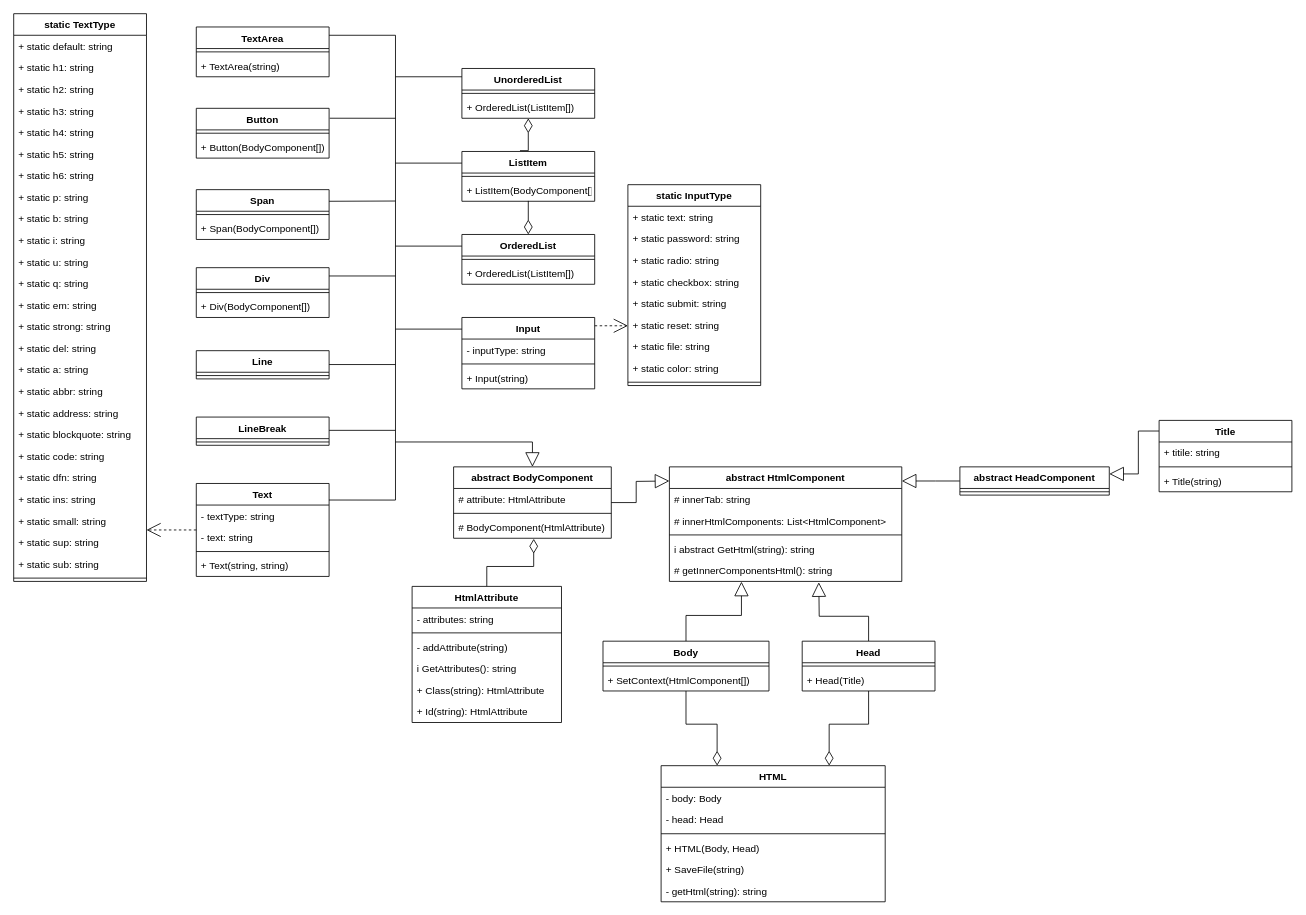
Vitaly05/html-creator-library keeps this draw.io diagram as Class structure.drawio. Above is the earlier version. Source tidied: cells renumbered, new cells numbered last; positions are measured from the earlier drawing's top-left corner, leaving out a move shared by most shapes. Both pictures are drawn from the tidied source at 83%, with x=0, y=0 at pixel (13, 13).
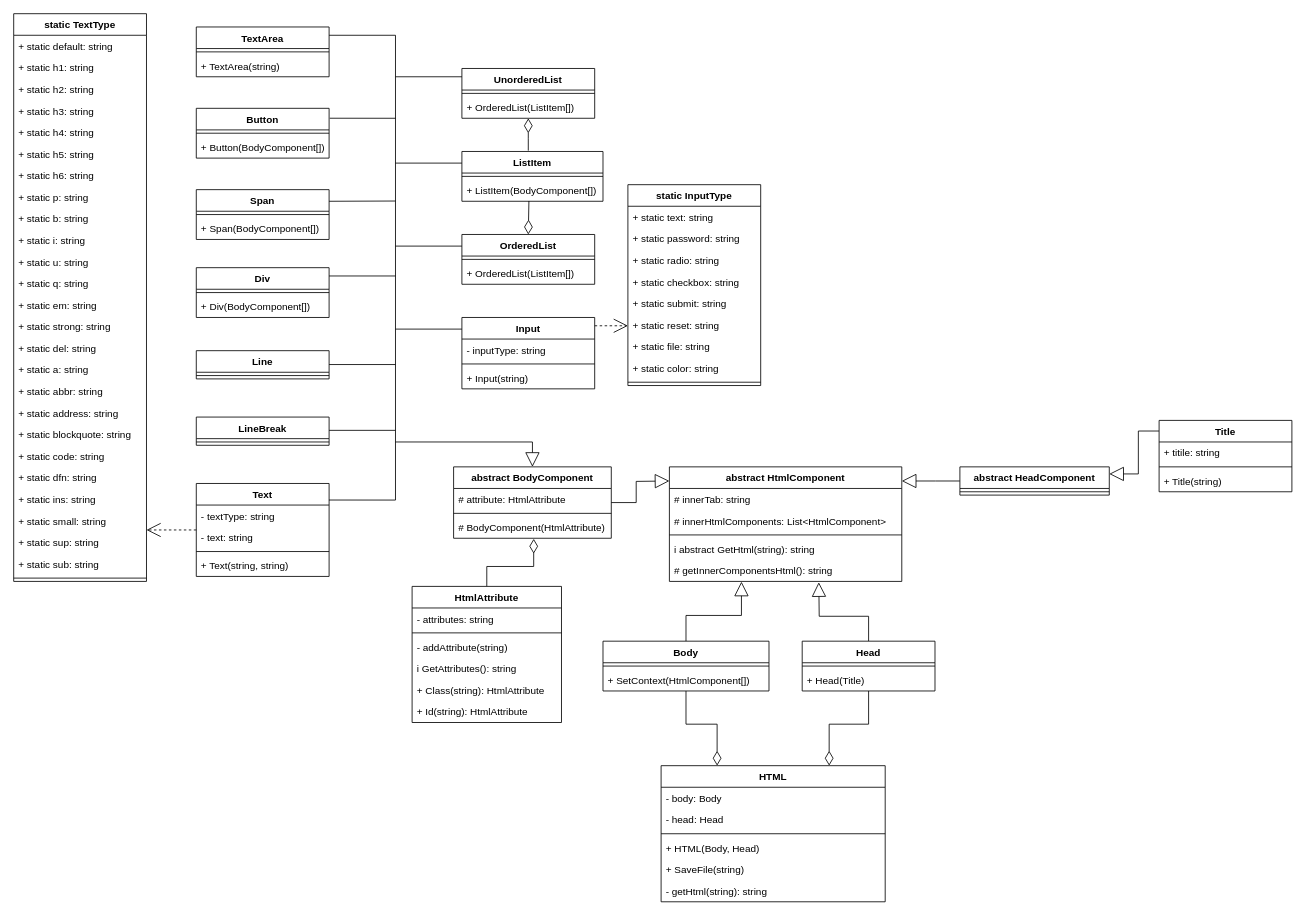
The same diagram, later.

Unchanged cells that the change refers to:
```xml
<mxCell id="82" value="OrderedList" style="swimlane;fontStyle=1;align=center;verticalAlign=top;horizontal=1;startSize=26;" parent="1" vertex="1">
  <mxGeometry x="540" y="266" width="160" height="60" as="geometry" />
</mxCell>
<mxCell id="98" value="+ OrderedList(ListItem[])" style="text;strokeColor=none;fillColor=none;align=left;verticalAlign=top;spacingLeft=4;spacingRight=4;overflow=hidden;points=[[0,0.5],[1,0.5]];portConstraint=eastwest;" parent="96" vertex="1">
  <mxGeometry y="34" width="160" height="26" as="geometry" />
</mxCell>
```

Diff of the diagram source:
```diff
@@
-    <mxCell id="85" style="edgeStyle=orthogonalEdgeStyle;rounded=0;jettySize=auto;html=1;entryX=0.5;entryY=0;entryDx=0;entryDy=0;endArrow=diamondThin;endFill=0;endSize=15;exitX=0.5;exitY=0.981;exitDx=0;exitDy=0;exitPerimeter=0;" parent="1" edge="1" source="89" target="82">
+    <mxCell id="85" style="edgeStyle=orthogonalEdgeStyle;rounded=0;jettySize=auto;html=1;entryX=0.5;entryY=0;entryDx=0;entryDy=0;endArrow=diamondThin;endFill=0;endSize=15;exitX=0.475;exitY=0.987;exitDx=0;exitDy=0;exitPerimeter=0;" parent="1" edge="1" source="89" target="82">
       <mxGeometry relative="1" as="geometry" />
     </mxCell>
-    <mxCell id="86" style="edgeStyle=orthogonalEdgeStyle;rounded=0;jettySize=auto;html=1;entryX=0.5;entryY=1;entryDx=0;entryDy=0;entryPerimeter=0;endArrow=diamondThin;endFill=0;endSize=15;" parent="1" edge="1" target="98">
+    <mxCell id="86" style="edgeStyle=orthogonalEdgeStyle;rounded=0;orthogonalLoop=1;jettySize=auto;html=1;endArrow=diamondThin;endFill=0;endSize=15;" parent="1" edge="1">
       <mxGeometry relative="1" as="geometry">
-        <mxPoint x="610" y="165" as="sourcePoint" />
+        <mxPoint x="620" y="165" as="sourcePoint" />
+        <mxPoint x="620" y="126" as="targetPoint" />
         <Array as="points">
-          <mxPoint x="610" y="165" />
+          <mxPoint x="620" y="150" />
+          <mxPoint x="620" y="150" />
         </Array>
       </mxGeometry>
     </mxCell>
     <mxCell id="87" value="ListItem" style="swimlane;fontStyle=1;align=center;verticalAlign=top;horizontal=1;startSize=26;" parent="1" vertex="1">
-      <mxGeometry x="540" y="166" width="160" height="60" as="geometry" />
+      <mxGeometry x="540" y="166" width="170" height="60" as="geometry" />
     </mxCell>
     <mxCell id="88" style="line;strokeWidth=1;fillColor=none;align=left;verticalAlign=middle;spacingTop=-1;spacingLeft=3;spacingRight=3;labelPosition=right;" parent="87" vertex="1">
-      <mxGeometry y="26" width="160" height="8" as="geometry" />
+      <mxGeometry y="26" width="170" height="8" as="geometry" />
     </mxCell>
     <mxCell id="89" value="+ ListItem(BodyComponent[])" style="text;strokeColor=none;fillColor=none;align=left;verticalAlign=top;spacingLeft=4;spacingRight=4;overflow=hidden;points=[[0,0.5],[1,0.5]];portConstraint=eastwest;" parent="87" vertex="1">
-      <mxGeometry y="34" width="160" height="26" as="geometry" />
+      <mxGeometry y="34" width="170" height="26" as="geometry" />
     </mxCell>
```
